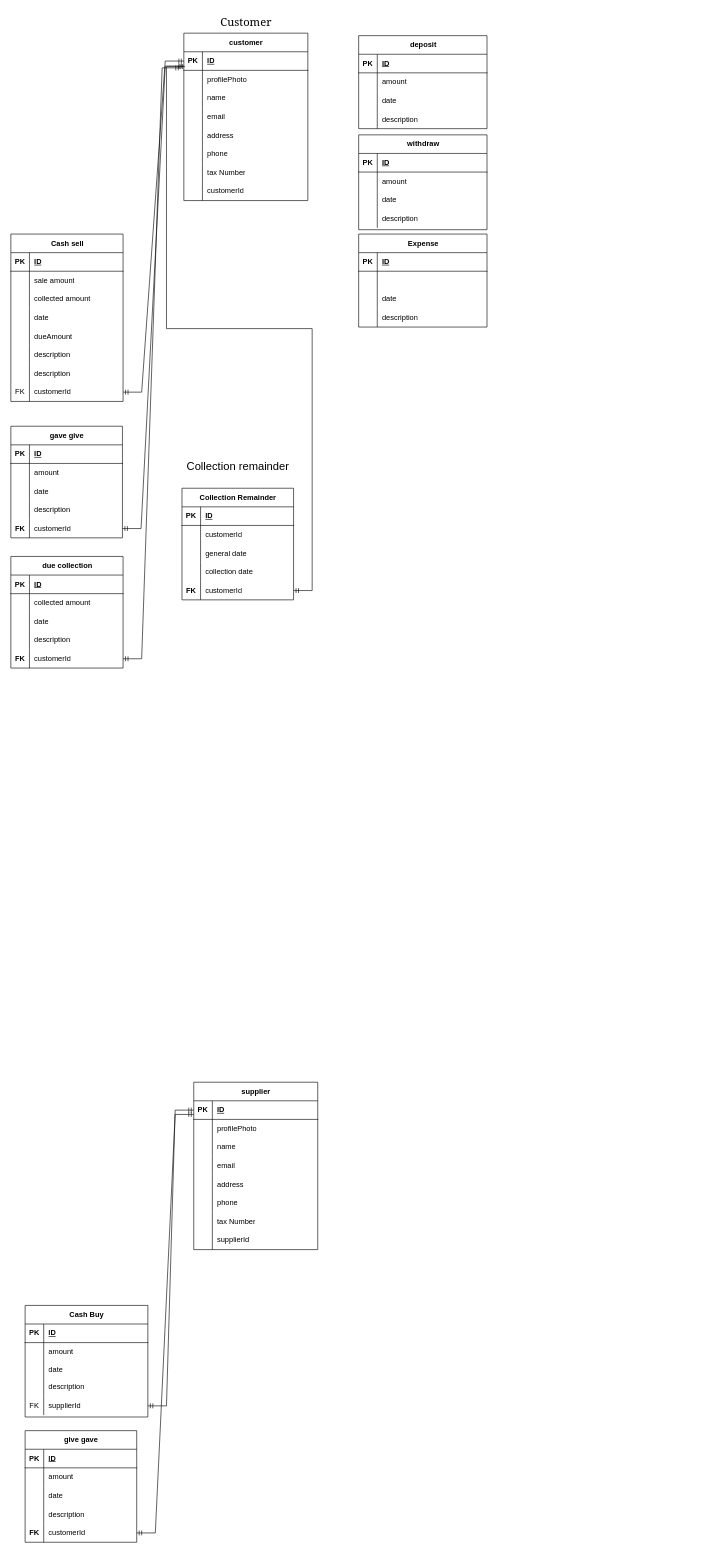
The draw.io diagram databases/diagram.drawio in devsrakib/esBook, before the edit. Source tidied: cells renumbered, new cells numbered last; positions are measured from the earlier drawing's top-left corner, leaving out a move shared by most shapes. Both pictures are drawn from the tidied source at 62%, with x=0, y=0 at pixel (11, 11).
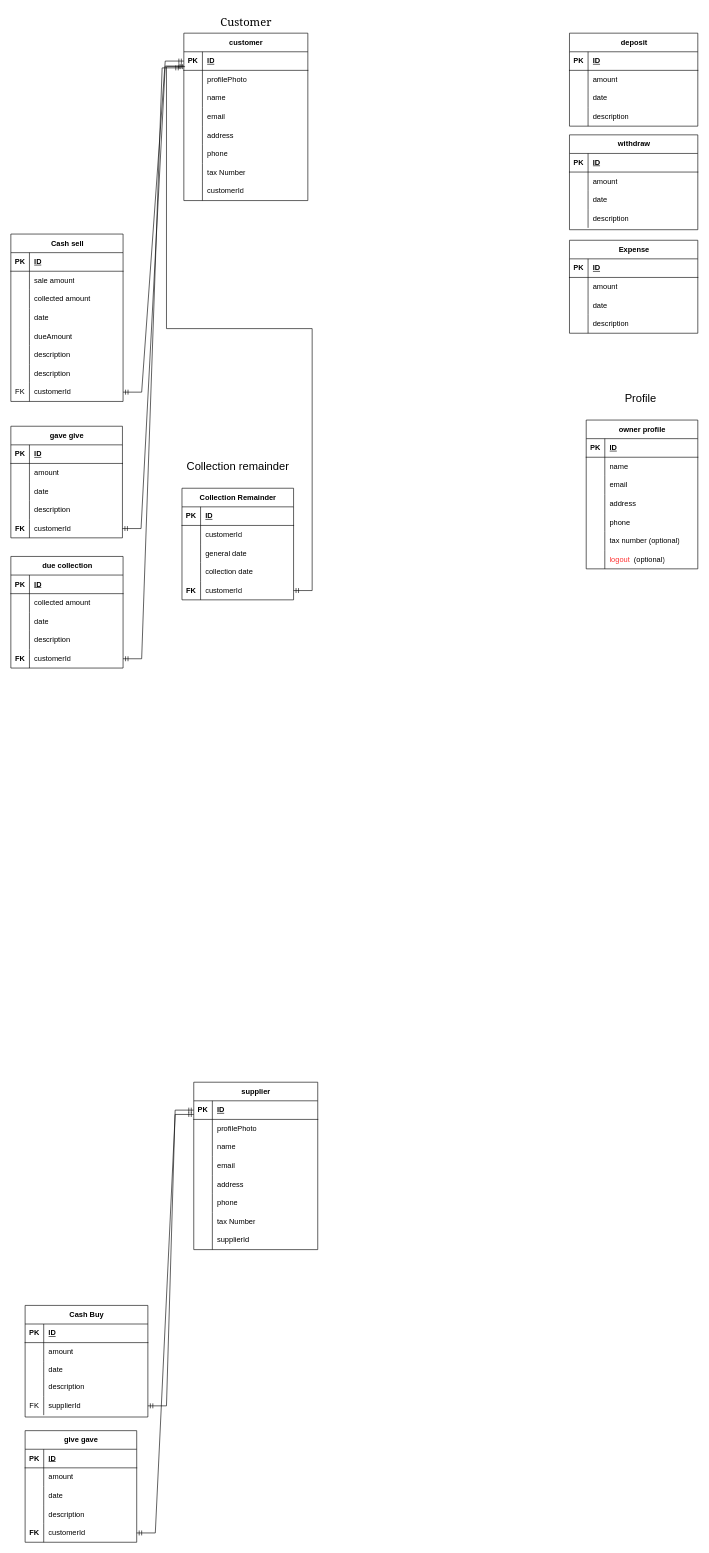
After the change.

Unchanged cells that the change refers to:
```xml
<mxCell id="97" style="shape=tableRow;horizontal=0;startSize=0;swimlaneHead=0;swimlaneBody=0;fillColor=none;top=0;left=0;right=0;bottom=0;" parent="93" vertex="1">
  <mxGeometry y="60" width="207" height="30" as="geometry" />
</mxCell>
```

Change to the diagram source:
```diff
@@
     <mxCell id="93" value="Expense" style="shape=table;startSize=30;childLayout=tableLayout;rowLines=0;fontStyle=1;align=center;html=1;" parent="1" vertex="1">
-      <mxGeometry x="561" y="360" width="207" height="150" as="geometry" />
+      <mxGeometry x="901" y="370" width="207" height="150" as="geometry" />
     </mxCell>
@@
-    <mxCell id="99" value="&amp;nbsp;" style="shape=partialRectangle;fillColor=none;top=0;left=0;bottom=0;right=0;align=left;spacingLeft=6;overflow=hidden;whiteSpace=wrap;html=1;" parent="97" vertex="1">
+    <mxCell id="99" value="amount" style="shape=partialRectangle;fillColor=none;top=0;left=0;bottom=0;right=0;align=left;spacingLeft=6;overflow=hidden;whiteSpace=wrap;html=1;" parent="97" vertex="1">
       <mxGeometry x="30" width="177" height="30" as="geometry" />
     </mxCell>
@@
     <mxCell id="106" value="withdraw" style="shape=table;startSize=30;childLayout=tableLayout;rowLines=0;fontStyle=1;align=center;html=1;" parent="1" vertex="1">
-      <mxGeometry x="561" y="200" width="207" height="153" as="geometry" />
+      <mxGeometry x="901" y="200" width="207" height="153" as="geometry" />
     </mxCell>
@@
     <mxCell id="122" value="deposit" style="shape=table;startSize=30;childLayout=tableLayout;rowLines=0;fontStyle=1;align=center;html=1;" parent="1" vertex="1">
-      <mxGeometry x="561" y="40" width="207" height="150" as="geometry" />
+      <mxGeometry x="901" y="36" width="207" height="150" as="geometry" />
     </mxCell>
@@
+    <mxCell id="204" value="&lt;font size=&quot;4&quot;&gt;Profile&amp;nbsp;&lt;/font&gt;" style="text;html=1;align=center;verticalAlign=middle;strokeColor=none;fillColor=none;" parent="1" vertex="1">
+      <mxGeometry x="978" y="610" width="80" height="30" as="geometry" />
+    </mxCell>
+    <mxCell id="205" value="owner profile" style="shape=table;startSize=30;childLayout=tableLayout;rowLines=0;fontStyle=1;align=center;html=1;" parent="1" vertex="1">
+      <mxGeometry x="928" y="660" width="180" height="240" as="geometry" />
+    </mxCell>
+    <mxCell id="206" style="shape=tableRow;horizontal=0;startSize=0;swimlaneHead=0;swimlaneBody=0;fillColor=none;top=0;left=0;right=0;bottom=1;" parent="205" vertex="1">
+      <mxGeometry y="30" width="180" height="30" as="geometry" />
+    </mxCell>
+    <mxCell id="207" value="PK" style="shape=partialRectangle;fillColor=none;top=0;left=0;bottom=0;right=0;fontStyle=1;overflow=hidden;whiteSpace=wrap;html=1;" parent="206" vertex="1">
+      <mxGeometry width="30" height="30" as="geometry" />
+    </mxCell>
+    <mxCell id="208" value="ID" style="shape=partialRectangle;fillColor=none;top=0;left=0;bottom=0;right=0;align=left;spacingLeft=6;fontStyle=5;overflow=hidden;whiteSpace=wrap;html=1;" parent="206" vertex="1">
+      <mxGeometry x="30" width="150" height="30" as="geometry" />
+    </mxCell>
+    <mxCell id="209" style="shape=tableRow;horizontal=0;startSize=0;swimlaneHead=0;swimlaneBody=0;fillColor=none;top=0;left=0;right=0;bottom=0;" parent="205" vertex="1">
+      <mxGeometry y="60" width="180" height="30" as="geometry" />
+    </mxCell>
+    <mxCell id="210" style="shape=partialRectangle;fillColor=none;top=0;left=0;bottom=0;right=0;overflow=hidden;whiteSpace=wrap;html=1;" parent="209" vertex="1">
+      <mxGeometry width="30" height="30" as="geometry" />
+    </mxCell>
+    <mxCell id="211" value="name" style="shape=partialRectangle;fillColor=none;top=0;left=0;bottom=0;right=0;align=left;spacingLeft=6;overflow=hidden;whiteSpace=wrap;html=1;" parent="209" vertex="1">
+      <mxGeometry x="30" width="150" height="30" as="geometry" />
+    </mxCell>
+    <mxCell id="212" style="shape=tableRow;horizontal=0;startSize=0;swimlaneHead=0;swimlaneBody=0;fillColor=none;top=0;left=0;right=0;bottom=0;" parent="205" vertex="1">
+      <mxGeometry y="90" width="180" height="30" as="geometry" />
+    </mxCell>
+    <mxCell id="213" style="shape=partialRectangle;fillColor=none;top=0;left=0;bottom=0;right=0;overflow=hidden;whiteSpace=wrap;html=1;" parent="212" vertex="1">
+      <mxGeometry width="30" height="30" as="geometry" />
+    </mxCell>
+    <mxCell id="214" value="email" style="shape=partialRectangle;fillColor=none;top=0;left=0;bottom=0;right=0;align=left;spacingLeft=6;overflow=hidden;whiteSpace=wrap;html=1;" parent="212" vertex="1">
+      <mxGeometry x="30" width="150" height="30" as="geometry" />
+    </mxCell>
+    <mxCell id="215" style="shape=tableRow;horizontal=0;startSize=0;swimlaneHead=0;swimlaneBody=0;fillColor=none;top=0;left=0;right=0;bottom=0;" parent="205" vertex="1">
+      <mxGeometry y="120" width="180" height="30" as="geometry" />
+    </mxCell>
+    <mxCell id="216" style="shape=partialRectangle;fillColor=none;top=0;left=0;bottom=0;right=0;overflow=hidden;whiteSpace=wrap;html=1;" parent="215" vertex="1">
+      <mxGeometry width="30" height="30" as="geometry" />
+    </mxCell>
+    <mxCell id="217" value="address" style="shape=partialRectangle;fillColor=none;top=0;left=0;bottom=0;right=0;align=left;spacingLeft=6;overflow=hidden;whiteSpace=wrap;html=1;" parent="215" vertex="1">
+      <mxGeometry x="30" width="150" height="30" as="geometry" />
+    </mxCell>
+    <mxCell id="218" style="shape=tableRow;horizontal=0;startSize=0;swimlaneHead=0;swimlaneBody=0;fillColor=none;top=0;left=0;right=0;bottom=0;" parent="205" vertex="1">
+      <mxGeometry y="150" width="180" height="30" as="geometry" />
+    </mxCell>
+    <mxCell id="219" style="shape=partialRectangle;fillColor=none;top=0;left=0;bottom=0;right=0;overflow=hidden;whiteSpace=wrap;html=1;" parent="218" vertex="1">
+      <mxGeometry width="30" height="30" as="geometry" />
+    </mxCell>
+    <mxCell id="220" value="phone" style="shape=partialRectangle;fillColor=none;top=0;left=0;bottom=0;right=0;align=left;spacingLeft=6;overflow=hidden;whiteSpace=wrap;html=1;" parent="218" vertex="1">
+      <mxGeometry x="30" width="150" height="30" as="geometry" />
+    </mxCell>
+    <mxCell id="221" style="shape=tableRow;horizontal=0;startSize=0;swimlaneHead=0;swimlaneBody=0;fillColor=none;top=0;left=0;right=0;bottom=0;" parent="205" vertex="1">
+      <mxGeometry y="180" width="180" height="30" as="geometry" />
+    </mxCell>
+    <mxCell id="222" style="shape=partialRectangle;fillColor=none;top=0;left=0;bottom=0;right=0;overflow=hidden;whiteSpace=wrap;html=1;" parent="221" vertex="1">
+      <mxGeometry width="30" height="30" as="geometry" />
+    </mxCell>
+    <mxCell id="223" value="tax number (optional)" style="shape=partialRectangle;fillColor=none;top=0;left=0;bottom=0;right=0;align=left;spacingLeft=6;overflow=hidden;whiteSpace=wrap;html=1;" parent="221" vertex="1">
+      <mxGeometry x="30" width="150" height="30" as="geometry" />
+    </mxCell>
+    <mxCell id="224" style="shape=tableRow;horizontal=0;startSize=0;swimlaneHead=0;swimlaneBody=0;fillColor=none;top=0;left=0;right=0;bottom=0;" parent="205" vertex="1">
+      <mxGeometry y="210" width="180" height="30" as="geometry" />
+    </mxCell>
+    <mxCell id="225" style="shape=partialRectangle;fillColor=none;top=0;left=0;bottom=0;right=0;overflow=hidden;whiteSpace=wrap;html=1;" parent="224" vertex="1">
+      <mxGeometry width="30" height="30" as="geometry" />
+    </mxCell>
+    <mxCell id="226" value="&lt;font color=&quot;#ff3333&quot;&gt;logout&lt;/font&gt; &amp;nbsp;(optional)" style="shape=partialRectangle;fillColor=none;top=0;left=0;bottom=0;right=0;align=left;spacingLeft=6;overflow=hidden;whiteSpace=wrap;html=1;" parent="224" vertex="1">
+      <mxGeometry x="30" width="150" height="30" as="geometry" />
+    </mxCell>
```
